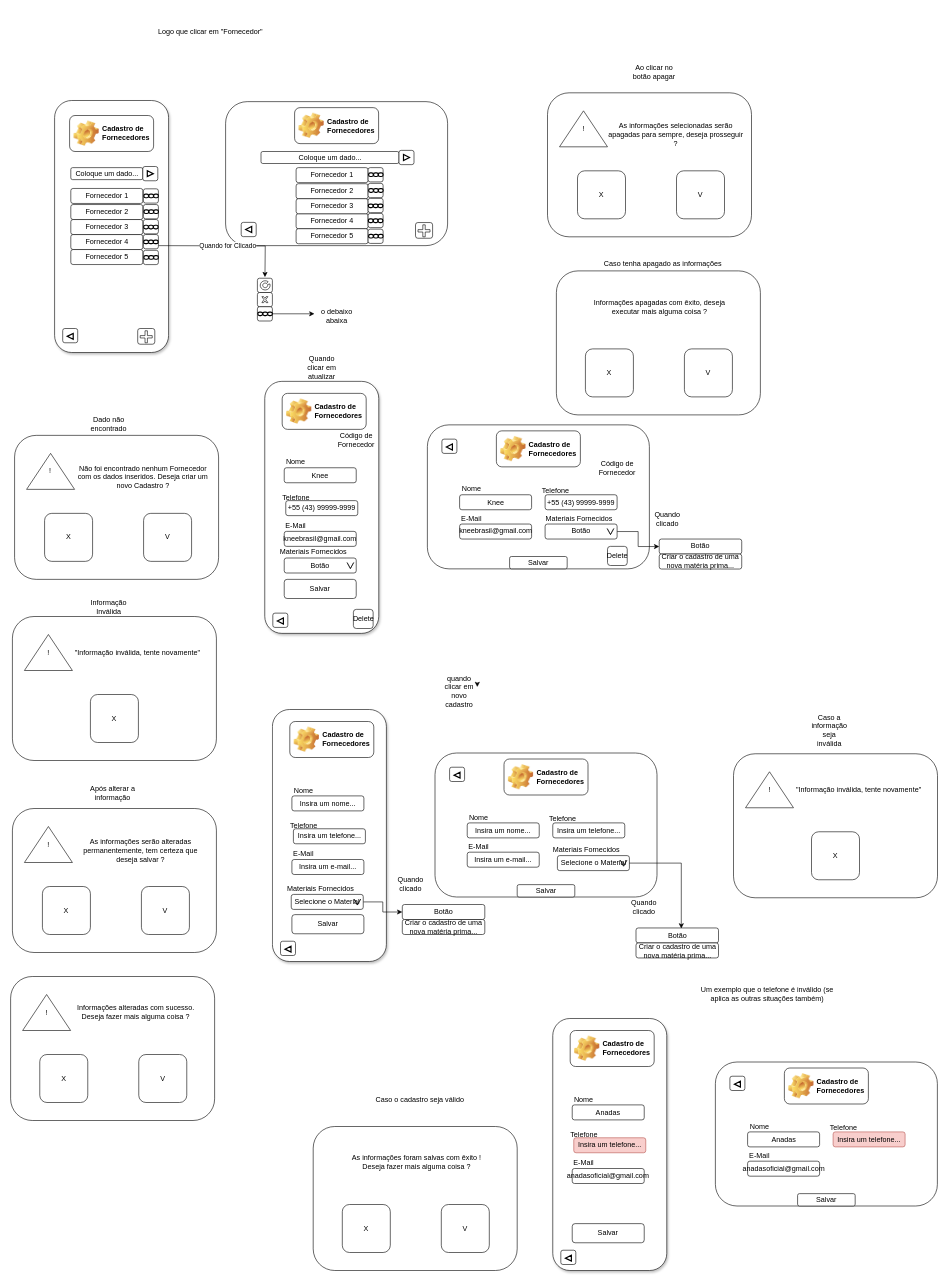
Before: page "Cadastro de Fornecedor (telas)" (6 of 14) of DOC/Fluxograma.drawio in GuilhermeIgarashi7/avatar-Fluxograma, a draw.io diagram. Source tidied: cells renumbered, new cells numbered last; positions are measured from the earlier drawing's top-left corner, leaving out a move shared by most shapes. Both pictures are drawn from the tidied source at 60%, with x=0, y=0 at pixel (10, 10).
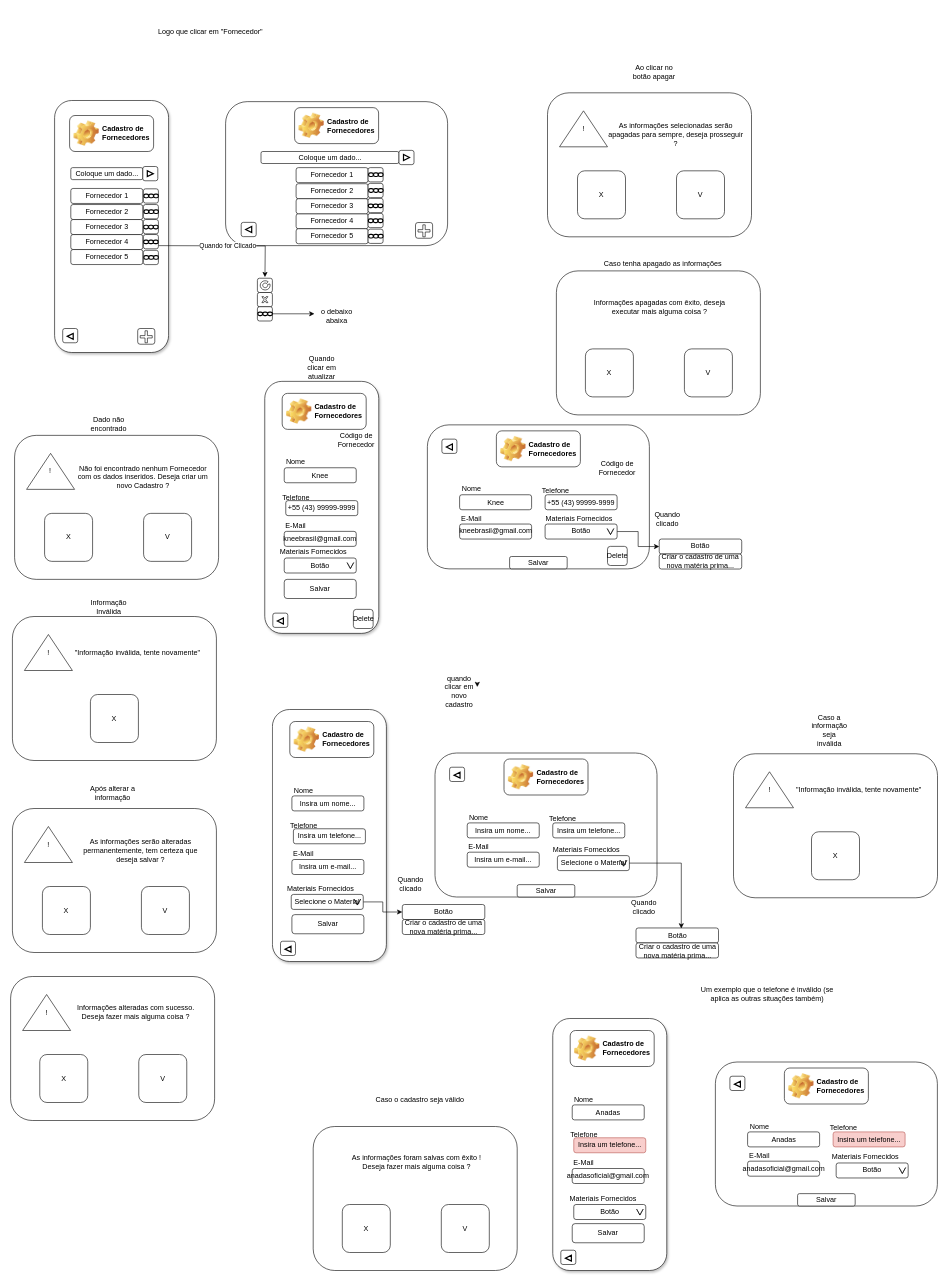
Above is the later version.

Diff of the diagram source:
```diff
@@
+    <mxCell id="243" value="Botão" style="rounded=1;whiteSpace=wrap;html=1;" parent="1" vertex="1">
+      <mxGeometry x="938.8" y="1990" width="120" height="25" as="geometry" />
+    </mxCell>
+    <mxCell id="244" value="Materiais Fornecidos" style="text;html=1;align=center;verticalAlign=middle;whiteSpace=wrap;rounded=0;" parent="1" vertex="1">
+      <mxGeometry x="928.5" y="1965.5" width="118" height="30" as="geometry" />
+    </mxCell>
+    <mxCell id="245" style="html=1;shadow=0;dashed=0;align=center;verticalAlign=middle;shape=mxgraph.arrows2.arrow;dy=0;dx=30;notch=30;rotation=90;" parent="1" vertex="1">
+      <mxGeometry x="1044" y="1997.1" width="10" height="11" as="geometry" />
+    </mxCell>
+    <mxCell id="246" value="Botão" style="rounded=1;whiteSpace=wrap;html=1;" parent="1" vertex="1">
+      <mxGeometry x="1376.1" y="1920.8" width="120" height="25" as="geometry" />
+    </mxCell>
+    <mxCell id="247" value="Materiais Fornecidos" style="text;html=1;align=center;verticalAlign=middle;whiteSpace=wrap;rounded=0;" parent="1" vertex="1">
+      <mxGeometry x="1365.9" y="1896.2" width="118" height="30" as="geometry" />
+    </mxCell>
+    <mxCell id="248" style="html=1;shadow=0;dashed=0;align=center;verticalAlign=middle;shape=mxgraph.arrows2.arrow;dy=0;dx=30;notch=30;rotation=90;" parent="1" vertex="1">
+      <mxGeometry x="1481.4" y="1927.9" width="10" height="11" as="geometry" />
+    </mxCell>
```
